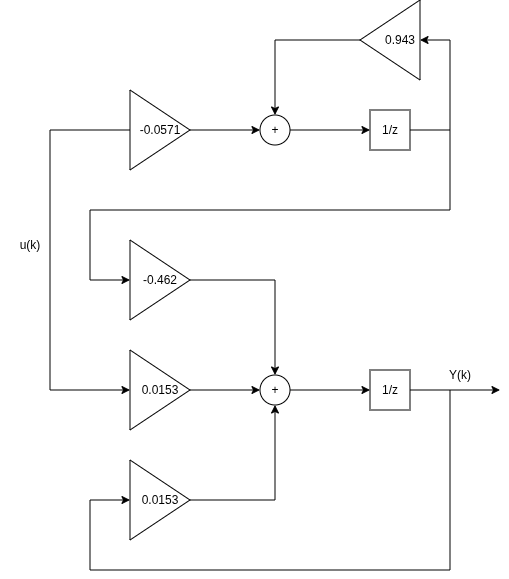
Earlier version of the draw.io export Lab5/Otros/Diagramas2.png (simplementeUnPorito/auto). Source tidied: cells renumbered, new cells last; positions are measured from the earlier drawing's top-left corner, leaving out a move shared by most shapes.
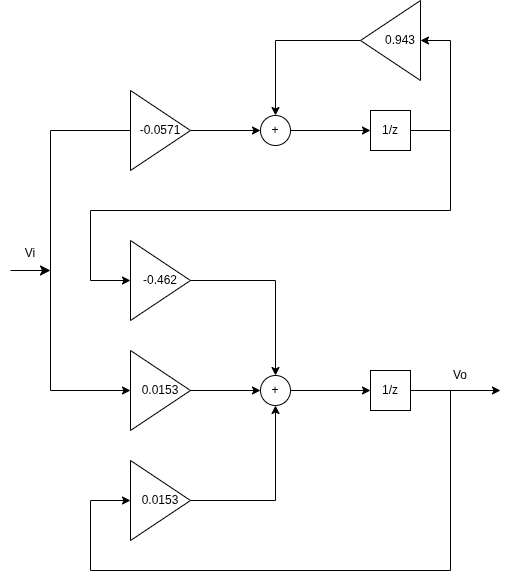
The same file after the commit.

What changed in the source:
```diff
@@ -94,11 +94,17 @@
     <mxCell id="23" value="0.943" style="text;html=1;whiteSpace=wrap;strokeColor=none;fillColor=none;align=center;verticalAlign=middle;rounded=0;" parent="1" vertex="1">
       <mxGeometry x="370" y="25" width="60" height="30" as="geometry" />
     </mxCell>
-    <mxCell id="24" value="u(k)" style="text;html=1;whiteSpace=wrap;strokeColor=none;fillColor=none;align=center;verticalAlign=middle;rounded=0;" parent="1" vertex="1">
+    <mxCell id="24" value="&lt;br&gt;Vi" style="text;html=1;whiteSpace=wrap;strokeColor=none;fillColor=none;align=center;verticalAlign=middle;rounded=0;" parent="1" vertex="1">
       <mxGeometry y="230" width="60" height="30" as="geometry" />
     </mxCell>
-    <mxCell id="25" value="Y(k)" style="text;html=1;whiteSpace=wrap;strokeColor=none;fillColor=none;align=center;verticalAlign=middle;rounded=0;" parent="1" vertex="1">
+    <mxCell id="25" value="Vo" style="text;html=1;whiteSpace=wrap;strokeColor=none;fillColor=none;align=center;verticalAlign=middle;rounded=0;" parent="1" vertex="1">
       <mxGeometry x="430" y="360" width="60" height="30" as="geometry" />
     </mxCell>
+    <mxCell id="26" style="endArrow=classic;html=1;rounded=0;fontSize=12;startSize=8;endSize=8;curved=1;" parent="1" edge="1">
+      <mxGeometry relative="1" as="geometry">
+        <mxPoint x="10" y="270" as="sourcePoint" />
+        <mxPoint x="50" y="270" as="targetPoint" />
+      </mxGeometry>
+    </mxCell>
   </root>
 </mxGraphModel>
```
